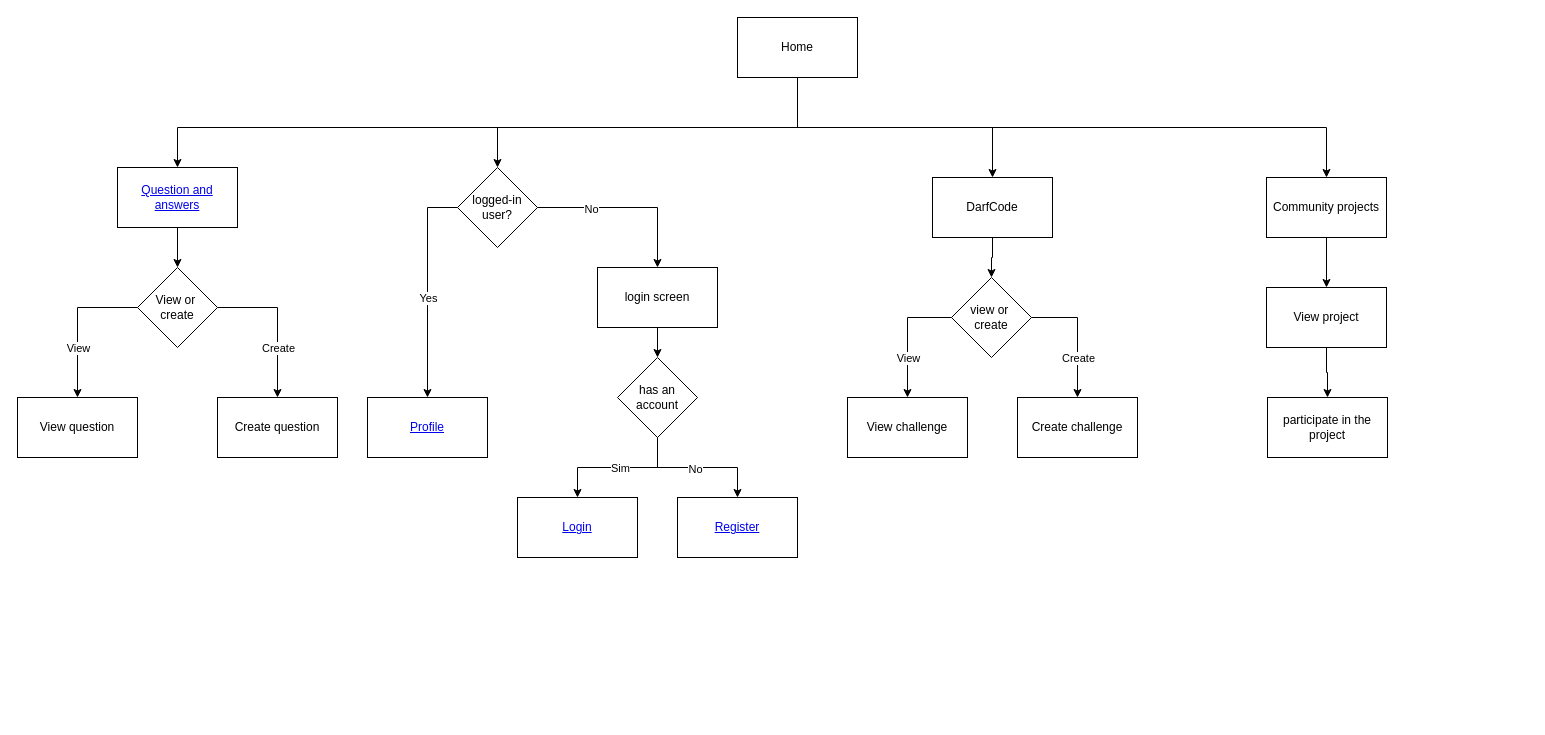
Mined-Development-Company/Community keeps this draw.io diagram as page "Navegação" (1 of 5) of Diagrama sem nome.drawio. Above is the earlier version. Source tidied: cells renumbered, new cells numbered last; positions are measured from the earlier drawing's top-left corner, leaving out a move shared by most shapes. Both pictures are drawn from the tidied source at 100%, with x=0, y=0 at pixel (17, 17).
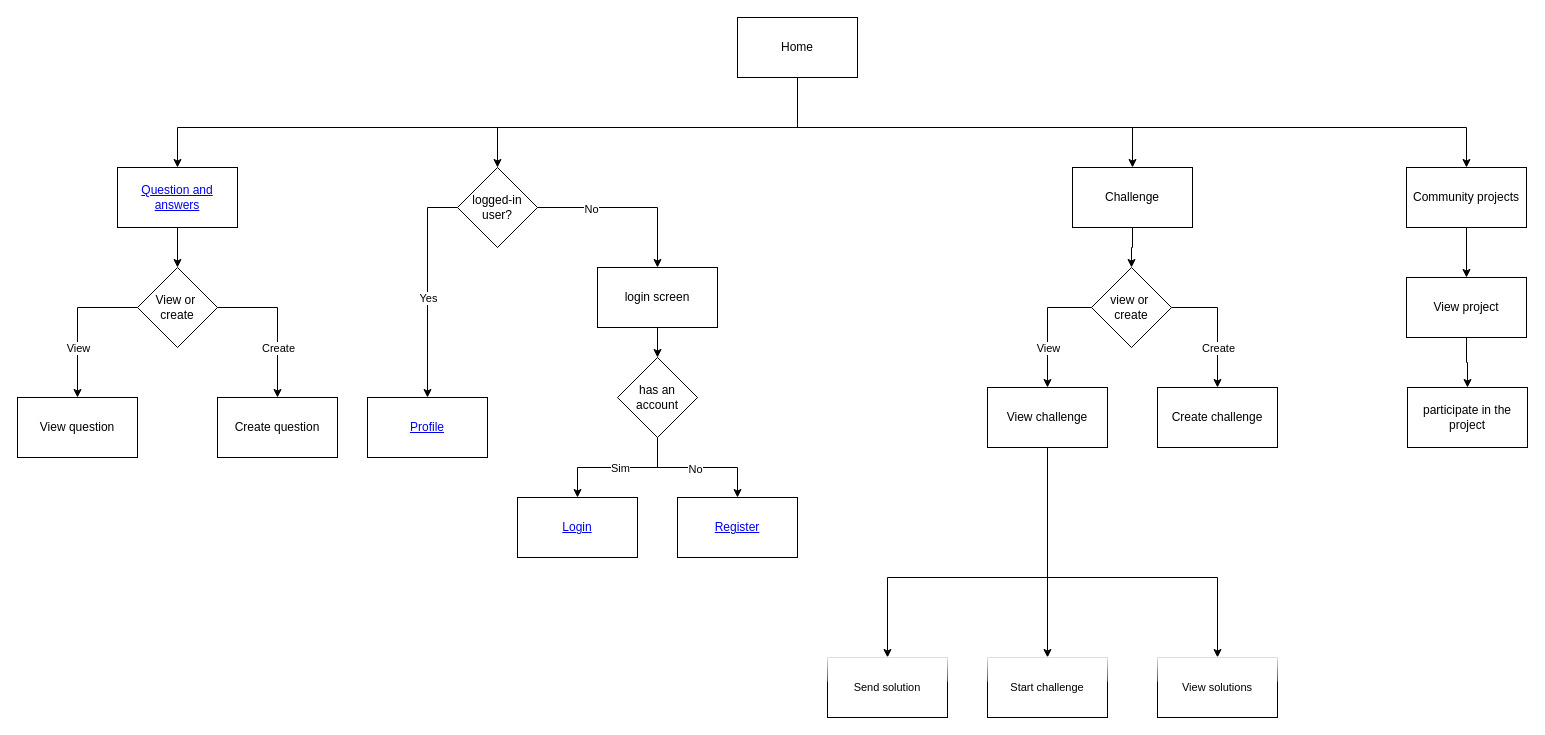
The same page after the edit.

Commit message:
Adição do fluxograma de processo da pagina de challenges

Unchanged cells that the change refers to:
```xml
<mxCell id="6" value="Home" style="rounded=0;whiteSpace=wrap;html=1;" parent="1" vertex="1">
  <mxGeometry x="720" width="120" height="60" as="geometry" />
</mxCell>
```

The edit, as a diff of the source:
```diff
@@
     <mxCell id="3" style="edgeStyle=orthogonalEdgeStyle;rounded=0;jettySize=auto;html=1;entryX=0.5;entryY=0;entryDx=0;entryDy=0;" parent="1" edge="1" source="6" target="18">
       <mxGeometry relative="1" as="geometry">
         <Array as="points">
           <mxPoint x="780" y="110" />
-          <mxPoint x="975" y="110" />
+          <mxPoint x="1115" y="110" />
         </Array>
       </mxGeometry>
     </mxCell>
     <mxCell id="4" style="edgeStyle=orthogonalEdgeStyle;rounded=0;jettySize=auto;html=1;entryX=0.5;entryY=0;entryDx=0;entryDy=0;" parent="1" edge="1" source="6" target="27">
       <mxGeometry relative="1" as="geometry">
         <Array as="points">
           <mxPoint x="780" y="110" />
-          <mxPoint x="1309" y="110" />
+          <mxPoint x="1449" y="110" />
         </Array>
       </mxGeometry>
     </mxCell>
@@
-    <mxCell id="18" value="DarfCode" style="rounded=0;whiteSpace=wrap;html=1;" parent="1" vertex="1">
-      <mxGeometry x="915" y="160" width="120" height="60" as="geometry" />
+    <mxCell id="18" value="Challenge" style="rounded=0;whiteSpace=wrap;html=1;" parent="1" vertex="1">
+      <mxGeometry x="1055" y="150" width="120" height="60" as="geometry" />
     </mxCell>
+    <mxCell id="45" style="edgeStyle=orthogonalEdgeStyle;rounded=0;jettySize=auto;html=1;entryX=0.5;entryY=0;entryDx=0;entryDy=0;" parent="1" edge="1" source="19" target="48">
+      <mxGeometry relative="1" as="geometry">
+        <Array as="points">
+          <mxPoint x="1030" y="560" />
+          <mxPoint x="870" y="560" />
+        </Array>
+      </mxGeometry>
+    </mxCell>
+    <mxCell id="46" style="edgeStyle=orthogonalEdgeStyle;rounded=0;jettySize=auto;html=1;entryX=0.5;entryY=0;entryDx=0;entryDy=0;" parent="1" edge="1" source="19" target="49">
+      <mxGeometry relative="1" as="geometry" />
+    </mxCell>
+    <mxCell id="47" style="edgeStyle=orthogonalEdgeStyle;rounded=0;jettySize=auto;html=1;entryX=0.5;entryY=0;entryDx=0;entryDy=0;" parent="1" edge="1" source="19" target="50">
+      <mxGeometry relative="1" as="geometry">
+        <Array as="points">
+          <mxPoint x="1030" y="560" />
+          <mxPoint x="1200" y="560" />
+        </Array>
+      </mxGeometry>
+    </mxCell>
     <mxCell id="19" value="View challenge" style="rounded=0;whiteSpace=wrap;html=1;" parent="1" vertex="1">
-      <mxGeometry x="830" y="380" width="120" height="60" as="geometry" />
+      <mxGeometry x="970" y="370" width="120" height="60" as="geometry" />
     </mxCell>
     <mxCell id="20" style="edgeStyle=orthogonalEdgeStyle;rounded=0;jettySize=auto;html=1;entryX=0.5;entryY=0;entryDx=0;entryDy=0;" parent="1" edge="1" source="24" target="19">
       <mxGeometry relative="1" as="geometry">
         <Array as="points">
-          <mxPoint x="890" y="300" />
+          <mxPoint x="1030" y="290" />
         </Array>
       </mxGeometry>
     </mxCell>
@@
     <mxCell id="22" style="edgeStyle=orthogonalEdgeStyle;rounded=0;jettySize=auto;html=1;entryX=0.5;entryY=0;entryDx=0;entryDy=0;" parent="1" edge="1" source="24" target="25">
       <mxGeometry relative="1" as="geometry">
         <Array as="points">
-          <mxPoint x="1060" y="300" />
+          <mxPoint x="1200" y="290" />
         </Array>
       </mxGeometry>
     </mxCell>
@@
     <mxCell id="24" value="view or&amp;nbsp; create" style="rhombus;whiteSpace=wrap;html=1;" parent="1" vertex="1">
-      <mxGeometry x="934" y="260" width="80" height="80" as="geometry" />
+      <mxGeometry x="1074" y="250" width="80" height="80" as="geometry" />
     </mxCell>
     <mxCell id="25" value="Create challenge" style="rounded=0;whiteSpace=wrap;html=1;" parent="1" vertex="1">
-      <mxGeometry x="1000" y="380" width="120" height="60" as="geometry" />
+      <mxGeometry x="1140" y="370" width="120" height="60" as="geometry" />
     </mxCell>
@@
     <mxCell id="27" value="Community projects" style="rounded=0;whiteSpace=wrap;html=1;" parent="1" vertex="1">
-      <mxGeometry x="1249" y="160" width="120" height="60" as="geometry" />
+      <mxGeometry x="1389" y="150" width="120" height="60" as="geometry" />
     </mxCell>
@@
     <mxCell id="29" value="View project" style="rounded=0;whiteSpace=wrap;html=1;" parent="1" vertex="1">
-      <mxGeometry x="1249" y="270" width="120" height="60" as="geometry" />
+      <mxGeometry x="1389" y="260" width="120" height="60" as="geometry" />
     </mxCell>
     <mxCell id="30" value="participate in the project" style="rounded=0;whiteSpace=wrap;html=1;" parent="1" vertex="1">
-      <mxGeometry x="1250" y="380" width="120" height="60" as="geometry" />
+      <mxGeometry x="1390" y="370" width="120" height="60" as="geometry" />
     </mxCell>
@@
+    <mxCell id="48" value="&lt;span style=&quot;font-size: 11px; text-wrap: nowrap; background-color: rgb(255, 255, 255);&quot;&gt;Send solution&lt;/span&gt;" style="rounded=0;whiteSpace=wrap;html=1;glass=1;" parent="1" vertex="1">
+      <mxGeometry x="810" y="640" width="120" height="60" as="geometry" />
+    </mxCell>
+    <mxCell id="49" value="&lt;span style=&quot;font-size: 11px; text-wrap: nowrap; background-color: rgb(255, 255, 255);&quot;&gt;Start challenge&lt;/span&gt;" style="rounded=0;whiteSpace=wrap;html=1;glass=1;" parent="1" vertex="1">
+      <mxGeometry x="970" y="640" width="120" height="60" as="geometry" />
+    </mxCell>
+    <mxCell id="50" value="&lt;span style=&quot;font-size: 11px; text-wrap: nowrap; background-color: rgb(255, 255, 255);&quot;&gt;View solutions&lt;/span&gt;" style="rounded=0;whiteSpace=wrap;html=1;glass=1;" parent="1" vertex="1">
+      <mxGeometry x="1140" y="640" width="120" height="60" as="geometry" />
+    </mxCell>
```
